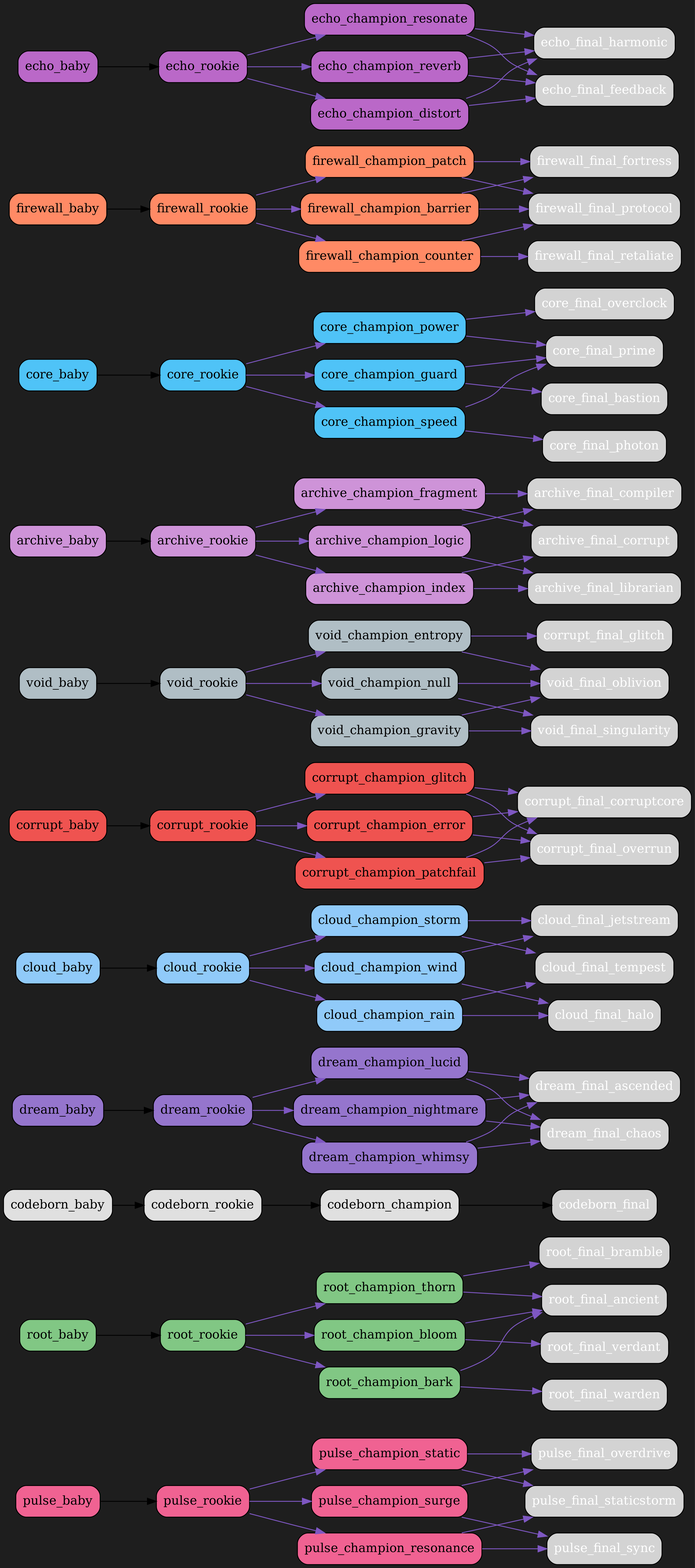
Before: src/netgrid/systems/evolution/graphs/dark/evolution_graph_dark.png, a diagram exported from Graphviz (bwlight/NetGrid). Its source is kept beside it as src/netgrid/systems/evolution/graphs/dark/evolution_graph_dark.dot.
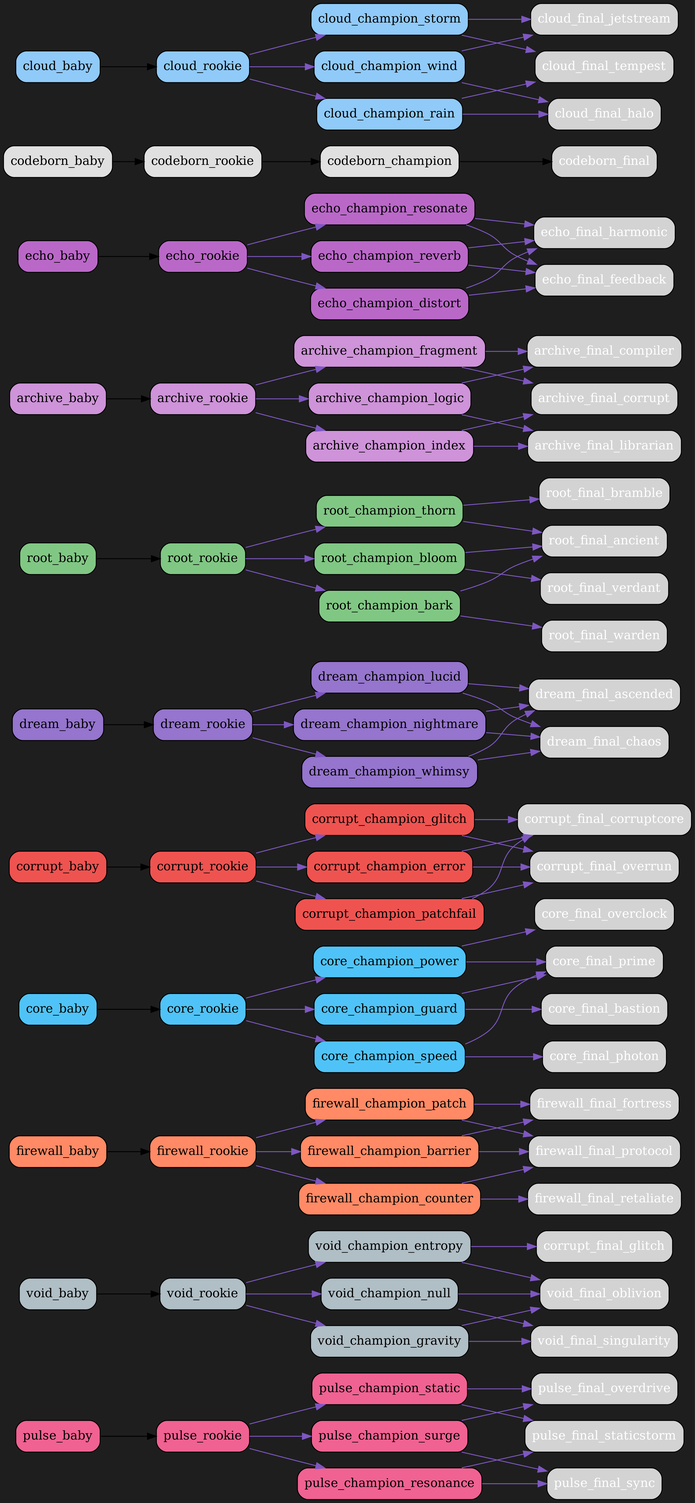
Later version of the same file.

Commit message:
Auto-update evolution graphs

The edit, as a diff of the source:
```diff
@@ -17,6 +17,81 @@
   "pulse_champion_static" [fillcolor="#f06292", fontcolor="black"];
   "pulse_champion_static" -> "pulse_final_staticstorm" [color="#7e57c2"];
   "pulse_champion_static" -> "pulse_final_overdrive" [color="#7e57c2"];
+  "void_baby" [fillcolor="#b0bec5", fontcolor="black"];
+  "void_baby" -> "void_rookie";
+  "void_rookie" [fillcolor="#b0bec5", fontcolor="black"];
+  "void_rookie" -> "void_champion_entropy" [color="#7e57c2"];
+  "void_rookie" -> "void_champion_gravity" [color="#7e57c2"];
+  "void_rookie" -> "void_champion_null" [color="#7e57c2"];
+  "void_champion_entropy" [fillcolor="#b0bec5", fontcolor="black"];
+  "void_champion_entropy" -> "corrupt_final_glitch" [color="#7e57c2"];
+  "void_champion_entropy" -> "void_final_oblivion" [color="#7e57c2"];
+  "void_champion_gravity" [fillcolor="#b0bec5", fontcolor="black"];
+  "void_champion_gravity" -> "void_final_singularity" [color="#7e57c2"];
+  "void_champion_gravity" -> "void_final_oblivion" [color="#7e57c2"];
+  "void_champion_null" [fillcolor="#b0bec5", fontcolor="black"];
+  "void_champion_null" -> "void_final_oblivion" [color="#7e57c2"];
+  "void_champion_null" -> "void_final_singularity" [color="#7e57c2"];
+  "firewall_baby" [fillcolor="#ff8a65", fontcolor="black"];
+  "firewall_baby" -> "firewall_rookie";
+  "firewall_rookie" [fillcolor="#ff8a65", fontcolor="black"];
+  "firewall_rookie" -> "firewall_champion_barrier" [color="#7e57c2"];
+  "firewall_rookie" -> "firewall_champion_counter" [color="#7e57c2"];
+  "firewall_rookie" -> "firewall_champion_patch" [color="#7e57c2"];
+  "firewall_champion_barrier" [fillcolor="#ff8a65", fontcolor="black"];
+  "firewall_champion_barrier" -> "firewall_final_fortress" [color="#7e57c2"];
+  "firewall_champion_barrier" -> "firewall_final_protocol" [color="#7e57c2"];
+  "firewall_champion_counter" [fillcolor="#ff8a65", fontcolor="black"];
+  "firewall_champion_counter" -> "firewall_final_retaliate" [color="#7e57c2"];
+  "firewall_champion_counter" -> "firewall_final_protocol" [color="#7e57c2"];
+  "firewall_champion_patch" [fillcolor="#ff8a65", fontcolor="black"];
+  "firewall_champion_patch" -> "firewall_final_protocol" [color="#7e57c2"];
+  "firewall_champion_patch" -> "firewall_final_fortress" [color="#7e57c2"];
+  "core_baby" [fillcolor="#4fc3f7", fontcolor="black"];
+  "core_baby" -> "core_rookie";
+  "core_rookie" [fillcolor="#4fc3f7", fontcolor="black"];
+  "core_rookie" -> "core_champion_power" [color="#7e57c2"];
+  "core_rookie" -> "core_champion_guard" [color="#7e57c2"];
+  "core_rookie" -> "core_champion_speed" [color="#7e57c2"];
+  "core_champion_power" [fillcolor="#4fc3f7", fontcolor="black"];
+  "core_champion_power" -> "core_final_overclock" [color="#7e57c2"];
+  "core_champion_power" -> "core_final_prime" [color="#7e57c2"];
+  "core_champion_guard" [fillcolor="#4fc3f7", fontcolor="black"];
+  "core_champion_guard" -> "core_final_bastion" [color="#7e57c2"];
+  "core_champion_guard" -> "core_final_prime" [color="#7e57c2"];
+  "core_champion_speed" [fillcolor="#4fc3f7", fontcolor="black"];
+  "core_champion_speed" -> "core_final_photon" [color="#7e57c2"];
+  "core_champion_speed" -> "core_final_prime" [color="#7e57c2"];
+  "corrupt_baby" [fillcolor="#ef5350", fontcolor="black"];
+  "corrupt_baby" -> "corrupt_rookie";
+  "corrupt_rookie" [fillcolor="#ef5350", fontcolor="black"];
+  "corrupt_rookie" -> "corrupt_champion_glitch" [color="#7e57c2"];
+  "corrupt_rookie" -> "corrupt_champion_error" [color="#7e57c2"];
+  "corrupt_rookie" -> "corrupt_champion_patchfail" [color="#7e57c2"];
+  "corrupt_champion_glitch" [fillcolor="#ef5350", fontcolor="black"];
+  "corrupt_champion_glitch" -> "corrupt_final_corruptcore" [color="#7e57c2"];
+  "corrupt_champion_glitch" -> "corrupt_final_overrun" [color="#7e57c2"];
+  "corrupt_champion_error" [fillcolor="#ef5350", fontcolor="black"];
+  "corrupt_champion_error" -> "corrupt_final_overrun" [color="#7e57c2"];
+  "corrupt_champion_error" -> "corrupt_final_corruptcore" [color="#7e57c2"];
+  "corrupt_champion_patchfail" [fillcolor="#ef5350", fontcolor="black"];
+  "corrupt_champion_patchfail" -> "corrupt_final_corruptcore" [color="#7e57c2"];
+  "corrupt_champion_patchfail" -> "corrupt_final_overrun" [color="#7e57c2"];
+  "dream_baby" [fillcolor="#9575cd", fontcolor="black"];
+  "dream_baby" -> "dream_rookie";
+  "dream_rookie" [fillcolor="#9575cd", fontcolor="black"];
+  "dream_rookie" -> "dream_champion_lucid" [color="#7e57c2"];
+  "dream_rookie" -> "dream_champion_nightmare" [color="#7e57c2"];
+  "dream_rookie" -> "dream_champion_whimsy" [color="#7e57c2"];
+  "dream_champion_lucid" [fillcolor="#9575cd", fontcolor="black"];
+  "dream_champion_lucid" -> "dream_final_ascended" [color="#7e57c2"];
+  "dream_champion_lucid" -> "dream_final_chaos" [color="#7e57c2"];
+  "dream_champion_nightmare" [fillcolor="#9575cd", fontcolor="black"];
+  "dream_champion_nightmare" -> "dream_final_chaos" [color="#7e57c2"];
+  "dream_champion_nightmare" -> "dream_final_ascended" [color="#7e57c2"];
+  "dream_champion_whimsy" [fillcolor="#9575cd", fontcolor="black"];
+  "dream_champion_whimsy" -> "dream_final_ascended" [color="#7e57c2"];
+  "dream_champion_whimsy" -> "dream_final_chaos" [color="#7e57c2"];
   "root_baby" [fillcolor="#81c784", fontcolor="black"];
   "root_baby" -> "root_rookie";
   "root_rookie" [fillcolor="#81c784", fontcolor="black"];
@@ -32,27 +107,42 @@
   "root_champion_bark" [fillcolor="#81c784", fontcolor="black"];
   "root_champion_bark" -> "root_final_warden" [color="#7e57c2"];
   "root_champion_bark" -> "root_final_ancient" [color="#7e57c2"];
+  "archive_baby" [fillcolor="#ce93d8", fontcolor="black"];
+  "archive_baby" -> "archive_rookie";
+  "archive_rookie" [fillcolor="#ce93d8", fontcolor="black"];
+  "archive_rookie" -> "archive_champion_logic" [color="#7e57c2"];
+  "archive_rookie" -> "archive_champion_index" [color="#7e57c2"];
+  "archive_rookie" -> "archive_champion_fragment" [color="#7e57c2"];
+  "archive_champion_logic" [fillcolor="#ce93d8", fontcolor="black"];
+  "archive_champion_logic" -> "archive_final_compiler" [color="#7e57c2"];
+  "archive_champion_logic" -> "archive_final_librarian" [color="#7e57c2"];
+  "archive_champion_index" [fillcolor="#ce93d8", fontcolor="black"];
+  "archive_champion_index" -> "archive_final_librarian" [color="#7e57c2"];
+  "archive_champion_index" -> "archive_final_corrupt" [color="#7e57c2"];
+  "archive_champion_fragment" [fillcolor="#ce93d8", fontcolor="black"];
+  "archive_champion_fragment" -> "archive_final_corrupt" [color="#7e57c2"];
+  "archive_champion_fragment" -> "archive_final_compiler" [color="#7e57c2"];
+  "echo_baby" [fillcolor="#ba68c8", fontcolor="black"];
+  "echo_baby" -> "echo_rookie";
+  "echo_rookie" [fillcolor="#ba68c8", fontcolor="black"];
+  "echo_rookie" -> "echo_champion_resonate" [color="#7e57c2"];
+  "echo_rookie" -> "echo_champion_reverb" [color="#7e57c2"];
+  "echo_rookie" -> "echo_champion_distort" [color="#7e57c2"];
+  "echo_champion_resonate" [fillcolor="#ba68c8", fontcolor="black"];
+  "echo_champion_resonate" -> "echo_final_harmonic" [color="#7e57c2"];
+  "echo_champion_resonate" -> "echo_final_feedback" [color="#7e57c2"];
+  "echo_champion_reverb" [fillcolor="#ba68c8", fontcolor="black"];
+  "echo_champion_reverb" -> "echo_final_feedback" [color="#7e57c2"];
+  "echo_champion_reverb" -> "echo_final_harmonic" [color="#7e57c2"];
+  "echo_champion_distort" [fillcolor="#ba68c8", fontcolor="black"];
+  "echo_champion_distort" -> "echo_final_feedback" [color="#7e57c2"];
+  "echo_champion_distort" -> "echo_final_harmonic" [color="#7e57c2"];
   "codeborn_baby" [fillcolor="#e0e0e0", fontcolor="black"];
   "codeborn_baby" -> "codeborn_rookie";
   "codeborn_rookie" [fillcolor="#e0e0e0", fontcolor="black"];
   "codeborn_rookie" -> "codeborn_champion";
   "codeborn_champion" [fillcolor="#e0e0e0", fontcolor="black"];
   "codeborn_champion" -> "codeborn_final";
-  "dream_baby" [fillcolor="#9575cd", fontcolor="black"];
-  "dream_baby" -> "dream_rookie";
-  "dream_rookie" [fillcolor="#9575cd", fontcolor="black"];
-  "dream_rookie" -> "dream_champion_lucid" [color="#7e57c2"];
-  "dream_rookie" -> "dream_champion_nightmare" [color="#7e57c2"];
-  "dream_rookie" -> "dream_champion_whimsy" [color="#7e57c2"];
-  "dream_champion_lucid" [fillcolor="#9575cd", fontcolor="black"];
-  "dream_champion_lucid" -> "dream_final_ascended" [color="#7e57c2"];
-  "dream_champion_lucid" -> "dream_final_chaos" [color="#7e57c2"];
-  "dream_champion_nightmare" [fillcolor="#9575cd", fontcolor="black"];
-  "dream_champion_nightmare" -> "dream_final_chaos" [color="#7e57c2"];
-  "dream_champion_nightmare" -> "dream_final_ascended" [color="#7e57c2"];
-  "dream_champion_whimsy" [fillcolor="#9575cd", fontcolor="black"];
-  "dream_champion_whimsy" -> "dream_final_ascended" [color="#7e57c2"];
-  "dream_champion_whimsy" -> "dream_final_chaos" [color="#7e57c2"];
   "cloud_baby" [fillcolor="#90caf9", fontcolor="black"];
   "cloud_baby" -> "cloud_rookie";
   "cloud_rookie" [fillcolor="#90caf9", fontcolor="black"];
@@ -68,94 +158,4 @@
   "cloud_champion_storm" [fillcolor="#90caf9", fontcolor="black"];
   "cloud_champion_storm" -> "cloud_final_tempest" [color="#7e57c2"];
   "cloud_champion_storm" -> "cloud_final_jetstream" [color="#7e57c2"];
-  "corrupt_baby" [fillcolor="#ef5350", fontcolor="black"];
-  "corrupt_baby" -> "corrupt_rookie";
-  "corrupt_rookie" [fillcolor="#ef5350", fontcolor="black"];
-  "corrupt_rookie" -> "corrupt_champion_glitch" [color="#7e57c2"];
-  "corrupt_rookie" -> "corrupt_champion_error" [color="#7e57c2"];
-  "corrupt_rookie" -> "corrupt_champion_patchfail" [color="#7e57c2"];
-  "corrupt_champion_glitch" [fillcolor="#ef5350", fontcolor="black"];
-  "corrupt_champion_glitch" -> "corrupt_final_corruptcore" [color="#7e57c2"];
-  "corrupt_champion_glitch" -> "corrupt_final_overrun" [color="#7e57c2"];
-  "corrupt_champion_error" [fillcolor="#ef5350", fontcolor="black"];
-  "corrupt_champion_error" -> "corrupt_final_overrun" [color="#7e57c2"];
-  "corrupt_champion_error" -> "corrupt_final_corruptcore" [color="#7e57c2"];
-  "corrupt_champion_patchfail" [fillcolor="#ef5350", fontcolor="black"];
-  "corrupt_champion_patchfail" -> "corrupt_final_corruptcore" [color="#7e57c2"];
-  "corrupt_champion_patchfail" -> "corrupt_final_overrun" [color="#7e57c2"];
-  "void_baby" [fillcolor="#b0bec5", fontcolor="black"];
-  "void_baby" -> "void_rookie";
-  "void_rookie" [fillcolor="#b0bec5", fontcolor="black"];
-  "void_rookie" -> "void_champion_entropy" [color="#7e57c2"];
-  "void_rookie" -> "void_champion_gravity" [color="#7e57c2"];
-  "void_rookie" -> "void_champion_null" [color="#7e57c2"];
-  "void_champion_entropy" [fillcolor="#b0bec5", fontcolor="black"];
-  "void_champion_entropy" -> "corrupt_final_glitch" [color="#7e57c2"];
-  "void_champion_entropy" -> "void_final_oblivion" [color="#7e57c2"];
-  "void_champion_gravity" [fillcolor="#b0bec5", fontcolor="black"];
-  "void_champion_gravity" -> "void_final_singularity" [color="#7e57c2"];
-  "void_champion_gravity" -> "void_final_oblivion" [color="#7e57c2"];
-  "void_champion_null" [fillcolor="#b0bec5", fontcolor="black"];
-  "void_champion_null" -> "void_final_oblivion" [color="#7e57c2"];
-  "void_champion_null" -> "void_final_singularity" [color="#7e57c2"];
-  "archive_baby" [fillcolor="#ce93d8", fontcolor="black"];
-  "archive_baby" -> "archive_rookie";
-  "archive_rookie" [fillcolor="#ce93d8", fontcolor="black"];
-  "archive_rookie" -> "archive_champion_logic" [color="#7e57c2"];
-  "archive_rookie" -> "archive_champion_index" [color="#7e57c2"];
-  "archive_rookie" -> "archive_champion_fragment" [color="#7e57c2"];
-  "archive_champion_logic" [fillcolor="#ce93d8", fontcolor="black"];
-  "archive_champion_logic" -> "archive_final_compiler" [color="#7e57c2"];
-  "archive_champion_logic" -> "archive_final_librarian" [color="#7e57c2"];
-  "archive_champion_index" [fillcolor="#ce93d8", fontcolor="black"];
-  "archive_champion_index" -> "archive_final_librarian" [color="#7e57c2"];
-  "archive_champion_index" -> "archive_final_corrupt" [color="#7e57c2"];
-  "archive_champion_fragment" [fillcolor="#ce93d8", fontcolor="black"];
-  "archive_champion_fragment" -> "archive_final_corrupt" [color="#7e57c2"];
-  "archive_champion_fragment" -> "archive_final_compiler" [color="#7e57c2"];
-  "core_baby" [fillcolor="#4fc3f7", fontcolor="black"];
-  "core_baby" -> "core_rookie";
-  "core_rookie" [fillcolor="#4fc3f7", fontcolor="black"];
-  "core_rookie" -> "core_champion_power" [color="#7e57c2"];
-  "core_rookie" -> "core_champion_guard" [color="#7e57c2"];
-  "core_rookie" -> "core_champion_speed" [color="#7e57c2"];
-  "core_champion_power" [fillcolor="#4fc3f7", fontcolor="black"];
-  "core_champion_power" -> "core_final_overclock" [color="#7e57c2"];
-  "core_champion_power" -> "core_final_prime" [color="#7e57c2"];
-  "core_champion_guard" [fillcolor="#4fc3f7", fontcolor="black"];
-  "core_champion_guard" -> "core_final_bastion" [color="#7e57c2"];
-  "core_champion_guard" -> "core_final_prime" [color="#7e57c2"];
-  "core_champion_speed" [fillcolor="#4fc3f7", fontcolor="black"];
-  "core_champion_speed" -> "core_final_photon" [color="#7e57c2"];
-  "core_champion_speed" -> "core_final_prime" [color="#7e57c2"];
-  "firewall_baby" [fillcolor="#ff8a65", fontcolor="black"];
-  "firewall_baby" -> "firewall_rookie";
-  "firewall_rookie" [fillcolor="#ff8a65", fontcolor="black"];
-  "firewall_rookie" -> "firewall_champion_barrier" [color="#7e57c2"];
-  "firewall_rookie" -> "firewall_champion_counter" [color="#7e57c2"];
-  "firewall_rookie" -> "firewall_champion_patch" [color="#7e57c2"];
-  "firewall_champion_barrier" [fillcolor="#ff8a65", fontcolor="black"];
-  "firewall_champion_barrier" -> "firewall_final_fortress" [color="#7e57c2"];
-  "firewall_champion_barrier" -> "firewall_final_protocol" [color="#7e57c2"];
-  "firewall_champion_counter" [fillcolor="#ff8a65", fontcolor="black"];
-  "firewall_champion_counter" -> "firewall_final_retaliate" [color="#7e57c2"];
-  "firewall_champion_counter" -> "firewall_final_protocol" [color="#7e57c2"];
-  "firewall_champion_patch" [fillcolor="#ff8a65", fontcolor="black"];
-  "firewall_champion_patch" -> "firewall_final_protocol" [color="#7e57c2"];
-  "firewall_champion_patch" -> "firewall_final_fortress" [color="#7e57c2"];
-  "echo_baby" [fillcolor="#ba68c8", fontcolor="black"];
-  "echo_baby" -> "echo_rookie";
-  "echo_rookie" [fillcolor="#ba68c8", fontcolor="black"];
-  "echo_rookie" -> "echo_champion_resonate" [color="#7e57c2"];
-  "echo_rookie" -> "echo_champion_reverb" [color="#7e57c2"];
-  "echo_rookie" -> "echo_champion_distort" [color="#7e57c2"];
-  "echo_champion_resonate" [fillcolor="#ba68c8", fontcolor="black"];
-  "echo_champion_resonate" -> "echo_final_harmonic" [color="#7e57c2"];
-  "echo_champion_resonate" -> "echo_final_feedback" [color="#7e57c2"];
-  "echo_champion_reverb" [fillcolor="#ba68c8", fontcolor="black"];
-  "echo_champion_reverb" -> "echo_final_feedback" [color="#7e57c2"];
-  "echo_champion_reverb" -> "echo_final_harmonic" [color="#7e57c2"];
-  "echo_champion_distort" [fillcolor="#ba68c8", fontcolor="black"];
-  "echo_champion_distort" -> "echo_final_feedback" [color="#7e57c2"];
-  "echo_champion_distort" -> "echo_final_harmonic" [color="#7e57c2"];
 }
```
